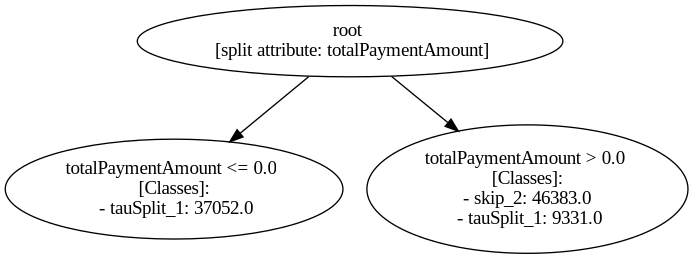
This is figures/Road_Traffic_Fine_Management_Process-p_2-3.gv.png from piepor/multiple-paths-decision-mining, a Graphviz export, as it was before one commit. Its source is kept beside it as figures/Road_Traffic_Fine_Management_Process-p_2-3.gv. Its diagram source:
```dot
digraph "Road_Traffic_Fine_Management_Process-p_2-3" {
	"ed499807-57ce-4cda-a4e8-d39cec512fc7" [label="root
 [split attribute: totalPaymentAmount]"]
	"60cccd91-068c-4fb8-b669-96973e05f9bd" [label="totalPaymentAmount <= 0.0
 [Classes]:
 - tauSplit_1: 37052.0"]
	"ed499807-57ce-4cda-a4e8-d39cec512fc7" -> "60cccd91-068c-4fb8-b669-96973e05f9bd"
	"1421787d-5af4-414f-a681-024c49f89122" [label="totalPaymentAmount > 0.0
 [Classes]:
 - skip_2: 46383.0
 - tauSplit_1: 9331.0"]
	"ed499807-57ce-4cda-a4e8-d39cec512fc7" -> "1421787d-5af4-414f-a681-024c49f89122"
}
```
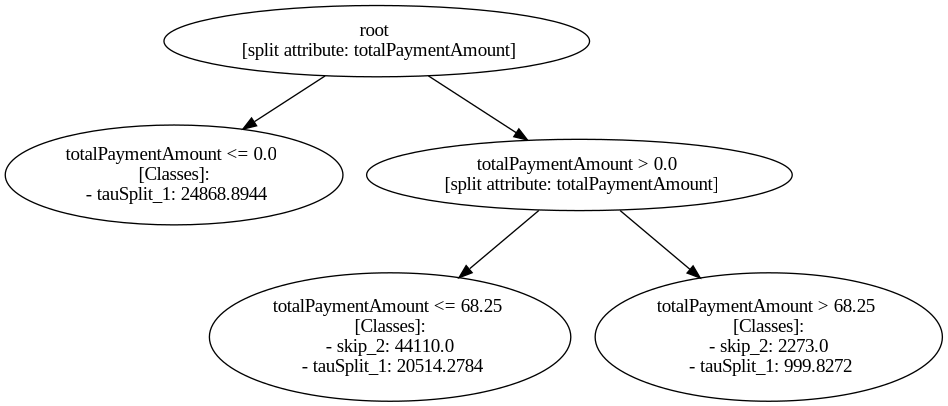
After the change.

The edit, as a diff of the source:
```diff
@@ -1,13 +1,21 @@
 digraph "Road_Traffic_Fine_Management_Process-p_2-3" {
-	"ed499807-57ce-4cda-a4e8-d39cec512fc7" [label="root
+	"4f2fbc56-5e94-42aa-89e0-9ff1436424dc" [label="root
  [split attribute: totalPaymentAmount]"]
-	"60cccd91-068c-4fb8-b669-96973e05f9bd" [label="totalPaymentAmount <= 0.0
+	"5748e231-8719-449a-89d1-3a1af97594d7" [label="totalPaymentAmount <= 0.0
  [Classes]:
- - tauSplit_1: 37052.0"]
-	"ed499807-57ce-4cda-a4e8-d39cec512fc7" -> "60cccd91-068c-4fb8-b669-96973e05f9bd"
-	"1421787d-5af4-414f-a681-024c49f89122" [label="totalPaymentAmount > 0.0
+ - tauSplit_1: 24868.8944"]
+	"4f2fbc56-5e94-42aa-89e0-9ff1436424dc" -> "5748e231-8719-449a-89d1-3a1af97594d7"
+	"5acdc272-a428-401d-aa8a-a7c61bd85b2c" [label="totalPaymentAmount > 0.0
+ [split attribute: totalPaymentAmount]"]
+	"4f2fbc56-5e94-42aa-89e0-9ff1436424dc" -> "5acdc272-a428-401d-aa8a-a7c61bd85b2c"
+	"1b7748df-7bbb-4a8b-95b8-65a3c1acb245" [label="totalPaymentAmount <= 68.25
  [Classes]:
- - skip_2: 46383.0
- - tauSplit_1: 9331.0"]
-	"ed499807-57ce-4cda-a4e8-d39cec512fc7" -> "1421787d-5af4-414f-a681-024c49f89122"
+ - skip_2: 44110.0
+ - tauSplit_1: 20514.2784"]
+	"5acdc272-a428-401d-aa8a-a7c61bd85b2c" -> "1b7748df-7bbb-4a8b-95b8-65a3c1acb245"
+	"25564bf7-f673-406a-862f-20e58d24978e" [label="totalPaymentAmount > 68.25
+ [Classes]:
+ - skip_2: 2273.0
+ - tauSplit_1: 999.8272"]
+	"5acdc272-a428-401d-aa8a-a7c61bd85b2c" -> "25564bf7-f673-406a-862f-20e58d24978e"
 }
```
